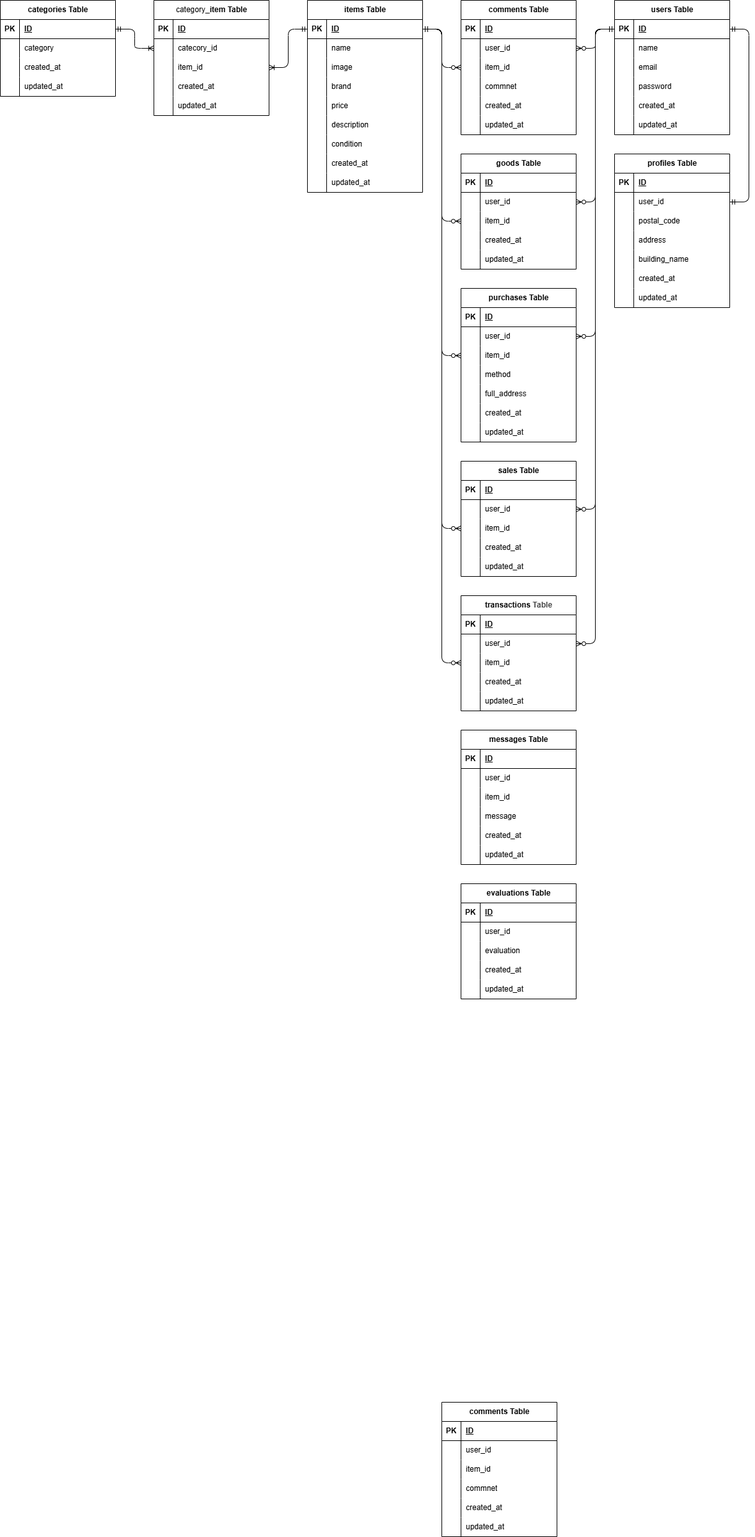
Above: ER.drawio.png in LesserPand8/flea-market-app (draw.io), before the change. Source tidied: cells renumbered, new cells last; positions are measured from the earlier drawing's top-left corner, leaving out a move shared by most shapes.
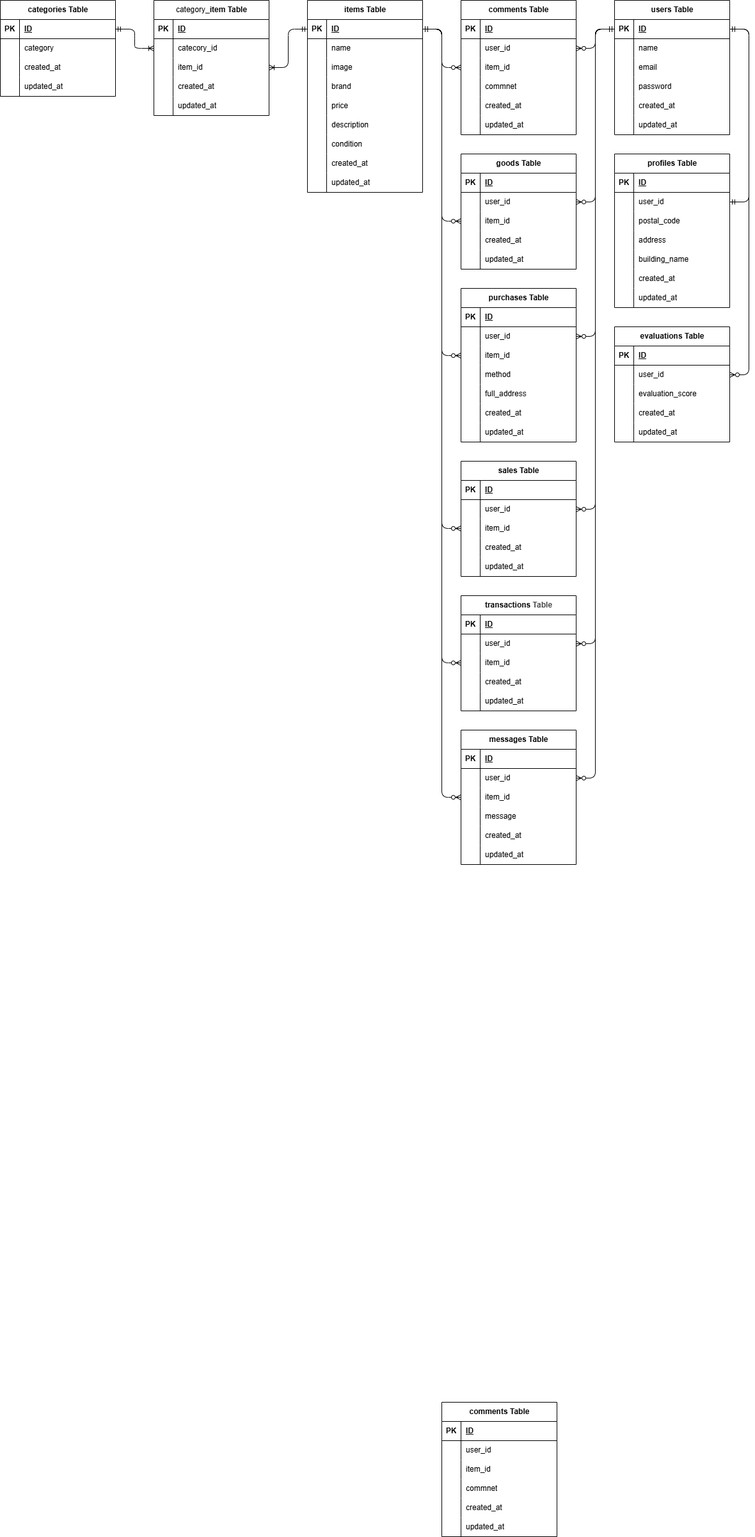
The same file after the commit.

Change to the diagram source:
```diff
@@ -749,7 +749,7 @@
       <mxGeometry x="30" width="150" height="30" as="geometry" />
     </mxCell>
     <mxCell id="240" value="evaluations Table" style="shape=table;startSize=30;rowLines=0;fontStyle=1;align=center;html=1;" parent="1" vertex="1">
-      <mxGeometry x="720" y="1380" width="180" height="180" as="geometry" />
+      <mxGeometry x="960" y="510" width="180" height="180" as="geometry" />
     </mxCell>
     <mxCell id="241" style="shape=tableRow;horizontal=0;startSize=0;swimlaneHead=0;swimlaneBody=0;fillColor=none;top=0;left=0;right=0;bottom=1;" parent="240" vertex="1">
       <mxGeometry y="30" width="180" height="30" as="geometry" />
@@ -775,7 +775,7 @@
     <mxCell id="248" style="shape=partialRectangle;fillColor=none;top=0;left=0;bottom=0;right=0;overflow=hidden;whiteSpace=wrap;html=1;" parent="247" vertex="1">
       <mxGeometry width="30" height="30" as="geometry" />
     </mxCell>
-    <mxCell id="249" value="&lt;span style=&quot;color: rgb(0, 0, 0);&quot;&gt;evaluation&lt;/span&gt;" style="shape=partialRectangle;fillColor=none;top=0;left=0;bottom=0;right=0;align=left;spacingLeft=6;overflow=hidden;whiteSpace=wrap;html=1;" parent="247" vertex="1">
+    <mxCell id="249" value="&lt;span style=&quot;color: rgb(0, 0, 0);&quot;&gt;evaluation_score&lt;/span&gt;" style="shape=partialRectangle;fillColor=none;top=0;left=0;bottom=0;right=0;align=left;spacingLeft=6;overflow=hidden;whiteSpace=wrap;html=1;" parent="247" vertex="1">
       <mxGeometry x="30" width="150" height="30" as="geometry" />
     </mxCell>
     <mxCell id="250" style="shape=tableRow;horizontal=0;startSize=0;swimlaneHead=0;swimlaneBody=0;fillColor=none;top=0;left=0;right=0;bottom=0;" parent="240" vertex="1">
@@ -796,5 +796,33 @@
     <mxCell id="255" value="&lt;span style=&quot;color: rgb(0, 0, 0);&quot;&gt;updated_at&lt;/span&gt;" style="shape=partialRectangle;fillColor=none;top=0;left=0;bottom=0;right=0;align=left;spacingLeft=6;overflow=hidden;whiteSpace=wrap;html=1;" parent="253" vertex="1">
       <mxGeometry x="30" width="150" height="30" as="geometry" />
     </mxCell>
+    <mxCell id="256" style="edgeStyle=entityRelationEdgeStyle;fontSize=12;html=1;endArrow=ERzeroToMany;startArrow=ERmandOne;" parent="1" edge="1" source="3" target="228">
+      <mxGeometry relative="1" as="geometry" />
+    </mxCell>
+    <mxCell id="257" style="edgeStyle=entityRelationEdgeStyle;fontSize=12;html=1;endArrow=ERzeroToMany;startArrow=ERmandOne;" parent="1" edge="1" source="31" target="225">
+      <mxGeometry relative="1" as="geometry">
+        <Array as="points">
+          <mxPoint x="710" y="330" />
+          <mxPoint x="470" y="400" />
+          <mxPoint x="210" y="230" />
+          <mxPoint x="180" y="230" />
+          <mxPoint x="700" y="280" />
+        </Array>
+      </mxGeometry>
+    </mxCell>
+    <mxCell id="258" style="edgeStyle=entityRelationEdgeStyle;fontSize=12;html=1;endArrow=ERzeroToMany;startArrow=ERmandOne;" parent="1" edge="1" source="31" target="244">
+      <mxGeometry relative="1" as="geometry">
+        <Array as="points">
+          <mxPoint x="1220" y="100" />
+          <mxPoint x="1130" y="20" />
+          <mxPoint x="720" y="340" />
+          <mxPoint x="480" y="410" />
+          <mxPoint x="220" y="240" />
+          <mxPoint x="190" y="240" />
+          <mxPoint x="1090" y="1280" />
+          <mxPoint x="710" y="290" />
+        </Array>
+      </mxGeometry>
+    </mxCell>
   </root>
 </mxGraphModel>
```
